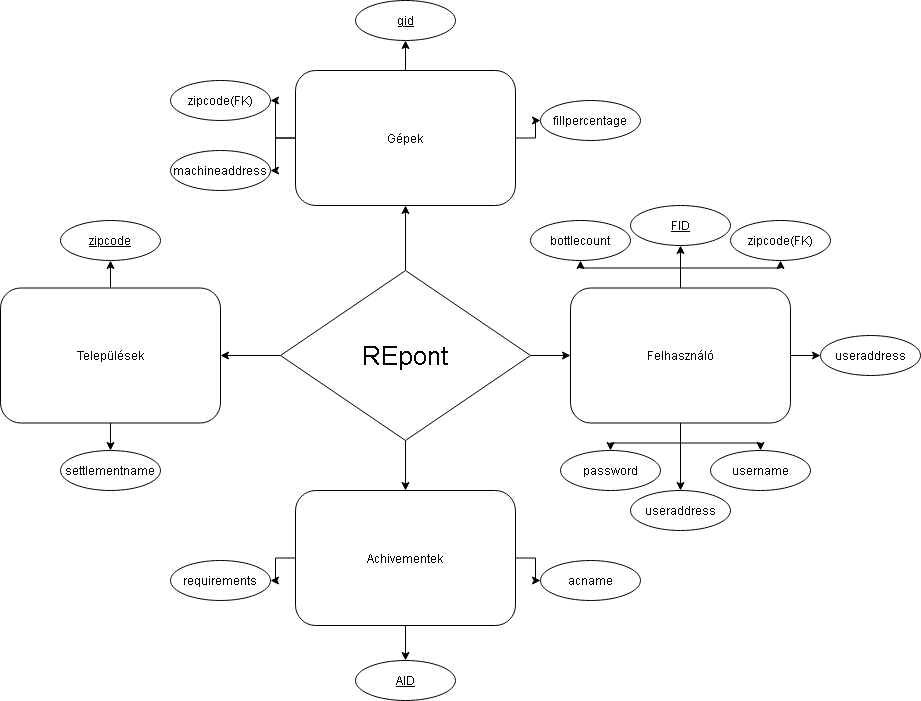
The draw.io diagram Documentation/ER DIAGRAM.png in kristonflorian/Csoportos-feladat, before a commit. Source tidied: cells renumbered, new cells last; positions are measured from the earlier drawing's top-left corner, leaving out a move shared by most shapes.
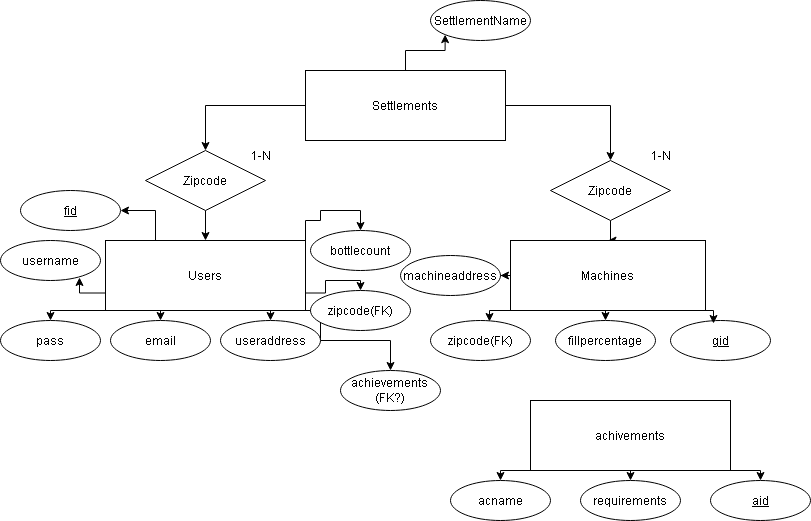
The same file after the commit.

Commit message:
added extra unique requirement to email in laravel, added email to manual SQL file, updated ER diagram, and edited database part of dokumentation

Diff of the diagram source:
```diff
@@ -2,128 +2,164 @@
   <root>
     <mxCell id="0" />
     <mxCell id="1" parent="0" />
-    <mxCell id="2" style="edgeStyle=orthogonalEdgeStyle;rounded=0;jettySize=auto;html=1;" parent="1" edge="1" source="6" target="17">
-      <mxGeometry relative="1" as="geometry" />
-    </mxCell>
-    <mxCell id="3" style="edgeStyle=orthogonalEdgeStyle;rounded=0;jettySize=auto;html=1;" parent="1" edge="1" source="6" target="22">
-      <mxGeometry relative="1" as="geometry" />
-    </mxCell>
-    <mxCell id="4" style="edgeStyle=orthogonalEdgeStyle;rounded=0;jettySize=auto;html=1;" parent="1" edge="1" source="6" target="9">
-      <mxGeometry relative="1" as="geometry" />
-    </mxCell>
-    <mxCell id="5" style="edgeStyle=orthogonalEdgeStyle;rounded=0;jettySize=auto;html=1;" parent="1" edge="1" source="6" target="26">
-      <mxGeometry relative="1" as="geometry" />
-    </mxCell>
-    <mxCell id="6" value="&lt;font style=&quot;font-size: 26px;&quot;&gt;REpont&lt;/font&gt;" style="rhombus;whiteSpace=wrap;html=1;" parent="1" vertex="1">
-      <mxGeometry x="280" y="270" width="250" height="170" as="geometry" />
-    </mxCell>
-    <mxCell id="7" style="edgeStyle=orthogonalEdgeStyle;rounded=0;jettySize=auto;html=1;" parent="1" edge="1" source="9" target="37">
-      <mxGeometry relative="1" as="geometry" />
-    </mxCell>
-    <mxCell id="8" style="edgeStyle=orthogonalEdgeStyle;rounded=0;jettySize=auto;html=1;" parent="1" edge="1" source="9" target="38">
-      <mxGeometry relative="1" as="geometry" />
-    </mxCell>
-    <mxCell id="9" value="Települések" style="rounded=1;whiteSpace=wrap;html=1;" parent="1" vertex="1">
-      <mxGeometry y="287.5" width="220" height="135" as="geometry" />
-    </mxCell>
-    <mxCell id="10" style="edgeStyle=orthogonalEdgeStyle;rounded=0;jettySize=auto;html=1;" parent="1" edge="1" source="17" target="27">
-      <mxGeometry relative="1" as="geometry" />
-    </mxCell>
-    <mxCell id="11" style="edgeStyle=orthogonalEdgeStyle;rounded=0;jettySize=auto;html=1;" parent="1" edge="1" source="17" target="28">
-      <mxGeometry relative="1" as="geometry" />
-    </mxCell>
-    <mxCell id="12" style="edgeStyle=orthogonalEdgeStyle;rounded=0;jettySize=auto;html=1;" parent="1" edge="1" source="17" target="29">
-      <mxGeometry relative="1" as="geometry" />
-    </mxCell>
-    <mxCell id="13" style="edgeStyle=orthogonalEdgeStyle;rounded=0;jettySize=auto;html=1;" parent="1" edge="1" source="17" target="30">
-      <mxGeometry relative="1" as="geometry" />
-    </mxCell>
-    <mxCell id="14" style="edgeStyle=orthogonalEdgeStyle;rounded=0;jettySize=auto;html=1;" parent="1" edge="1" source="17" target="31">
-      <mxGeometry relative="1" as="geometry" />
-    </mxCell>
-    <mxCell id="15" style="edgeStyle=orthogonalEdgeStyle;rounded=0;jettySize=auto;html=1;" parent="1" edge="1" source="17" target="32">
-      <mxGeometry relative="1" as="geometry" />
-    </mxCell>
-    <mxCell id="16" style="edgeStyle=orthogonalEdgeStyle;rounded=0;jettySize=auto;html=1;" parent="1" edge="1" source="17" target="33">
-      <mxGeometry relative="1" as="geometry" />
-    </mxCell>
-    <mxCell id="17" value="Felhasználó" style="rounded=1;whiteSpace=wrap;html=1;" parent="1" vertex="1">
-      <mxGeometry x="570" y="287.5" width="220" height="135" as="geometry" />
-    </mxCell>
-    <mxCell id="18" style="edgeStyle=orthogonalEdgeStyle;rounded=0;jettySize=auto;html=1;" parent="1" edge="1" source="22" target="39">
-      <mxGeometry relative="1" as="geometry" />
-    </mxCell>
-    <mxCell id="19" style="edgeStyle=orthogonalEdgeStyle;rounded=0;jettySize=auto;html=1;" parent="1" edge="1" source="22" target="40">
-      <mxGeometry relative="1" as="geometry" />
-    </mxCell>
-    <mxCell id="20" style="edgeStyle=orthogonalEdgeStyle;rounded=0;jettySize=auto;html=1;" parent="1" edge="1" source="22" target="41">
-      <mxGeometry relative="1" as="geometry" />
-    </mxCell>
-    <mxCell id="21" style="edgeStyle=orthogonalEdgeStyle;rounded=0;jettySize=auto;html=1;" parent="1" edge="1" source="22" target="42">
-      <mxGeometry relative="1" as="geometry" />
-    </mxCell>
-    <mxCell id="22" value="Gépek" style="rounded=1;whiteSpace=wrap;html=1;" parent="1" vertex="1">
-      <mxGeometry x="295" y="70" width="220" height="135" as="geometry" />
-    </mxCell>
-    <mxCell id="23" style="edgeStyle=orthogonalEdgeStyle;rounded=0;jettySize=auto;html=1;" parent="1" edge="1" source="26" target="34">
-      <mxGeometry relative="1" as="geometry" />
-    </mxCell>
-    <mxCell id="24" style="edgeStyle=orthogonalEdgeStyle;rounded=0;jettySize=auto;html=1;" parent="1" edge="1" source="26" target="35">
-      <mxGeometry relative="1" as="geometry" />
-    </mxCell>
-    <mxCell id="25" style="edgeStyle=orthogonalEdgeStyle;rounded=0;jettySize=auto;html=1;" parent="1" edge="1" source="26" target="36">
-      <mxGeometry relative="1" as="geometry" />
-    </mxCell>
-    <mxCell id="26" value="Achivementek" style="rounded=1;whiteSpace=wrap;html=1;" parent="1" vertex="1">
-      <mxGeometry x="295" y="490" width="220" height="135" as="geometry" />
-    </mxCell>
-    <mxCell id="27" value="FID" style="ellipse;whiteSpace=wrap;html=1;align=center;fontStyle=4;" parent="1" vertex="1">
-      <mxGeometry x="630" y="205" width="100" height="40" as="geometry" />
-    </mxCell>
+    <mxCell id="43" style="edgeStyle=orthogonalEdgeStyle;rounded=0;jettySize=auto;html=1;entryX=0.5;entryY=0;entryDx=0;entryDy=0;" parent="1" edge="1" source="63" target="57">
+      <mxGeometry relative="1" as="geometry" />
+    </mxCell>
+    <mxCell id="44" style="edgeStyle=orthogonalEdgeStyle;rounded=0;jettySize=auto;html=1;" parent="1" edge="1" source="61" target="54">
+      <mxGeometry relative="1" as="geometry" />
+    </mxCell>
+    <mxCell id="45" style="edgeStyle=orthogonalEdgeStyle;rounded=0;jettySize=auto;html=1;entryX=0;entryY=1;entryDx=0;entryDy=0;" parent="1" edge="1" source="46" target="64">
+      <mxGeometry relative="1" as="geometry" />
+    </mxCell>
+    <mxCell id="46" value="Settlements" style="whiteSpace=wrap;html=1;align=center;" parent="1" vertex="1">
+      <mxGeometry x="305" y="130" width="200" height="70" as="geometry" />
+    </mxCell>
+    <mxCell id="47" style="edgeStyle=orthogonalEdgeStyle;rounded=0;jettySize=auto;html=1;exitX=0.25;exitY=0;exitDx=0;exitDy=0;entryX=1;entryY=0.5;entryDx=0;entryDy=0;" parent="1" edge="1" source="54" target="73">
+      <mxGeometry relative="1" as="geometry" />
+    </mxCell>
+    <mxCell id="48" style="edgeStyle=orthogonalEdgeStyle;rounded=0;jettySize=auto;html=1;exitX=0;exitY=1;exitDx=0;exitDy=0;entryX=0.5;entryY=0;entryDx=0;entryDy=0;" parent="1" edge="1" source="54" target="75">
+      <mxGeometry relative="1" as="geometry">
+        <Array as="points">
+          <mxPoint x="50" y="370" />
+        </Array>
+      </mxGeometry>
+    </mxCell>
+    <mxCell id="49" style="edgeStyle=orthogonalEdgeStyle;rounded=0;jettySize=auto;html=1;exitX=0.25;exitY=1;exitDx=0;exitDy=0;entryX=0.5;entryY=0;entryDx=0;entryDy=0;" parent="1" edge="1" source="54" target="76">
+      <mxGeometry relative="1" as="geometry" />
+    </mxCell>
+    <mxCell id="50" style="edgeStyle=orthogonalEdgeStyle;rounded=0;jettySize=auto;html=1;exitX=0.75;exitY=1;exitDx=0;exitDy=0;entryX=0.5;entryY=0;entryDx=0;entryDy=0;" parent="1" edge="1" source="54" target="77">
+      <mxGeometry relative="1" as="geometry" />
+    </mxCell>
+    <mxCell id="51" style="edgeStyle=orthogonalEdgeStyle;rounded=0;jettySize=auto;html=1;exitX=1;exitY=0.75;exitDx=0;exitDy=0;entryX=0.5;entryY=0;entryDx=0;entryDy=0;" parent="1" edge="1" source="54" target="78">
+      <mxGeometry relative="1" as="geometry">
+        <Array as="points">
+          <mxPoint x="325" y="353" />
+          <mxPoint x="325" y="340" />
+          <mxPoint x="360" y="340" />
+        </Array>
+      </mxGeometry>
+    </mxCell>
+    <mxCell id="52" style="edgeStyle=orthogonalEdgeStyle;rounded=0;jettySize=auto;html=1;exitX=1;exitY=0;exitDx=0;exitDy=0;entryX=0.5;entryY=0;entryDx=0;entryDy=0;" parent="1" edge="1" source="54" target="32">
+      <mxGeometry relative="1" as="geometry">
+        <Array as="points">
+          <mxPoint x="305" y="280" />
+          <mxPoint x="320" y="280" />
+          <mxPoint x="320" y="270" />
+          <mxPoint x="360" y="270" />
+        </Array>
+      </mxGeometry>
+    </mxCell>
+    <mxCell id="53" style="edgeStyle=orthogonalEdgeStyle;rounded=0;jettySize=auto;html=1;exitX=1;exitY=1;exitDx=0;exitDy=0;" parent="1" edge="1" source="54" target="79">
+      <mxGeometry relative="1" as="geometry">
+        <Array as="points">
+          <mxPoint x="320" y="370" />
+          <mxPoint x="320" y="400" />
+          <mxPoint x="390" y="400" />
+        </Array>
+      </mxGeometry>
+    </mxCell>
+    <mxCell id="54" value="&lt;div&gt;Users&lt;/div&gt;" style="whiteSpace=wrap;html=1;align=center;" parent="1" vertex="1">
+      <mxGeometry x="105" y="300" width="200" height="70" as="geometry" />
+    </mxCell>
+    <mxCell id="55" style="edgeStyle=orthogonalEdgeStyle;rounded=0;jettySize=auto;html=1;exitX=0.5;exitY=1;exitDx=0;exitDy=0;" parent="1" edge="1" source="57">
+      <mxGeometry relative="1" as="geometry">
+        <mxPoint x="605" y="380" as="targetPoint" />
+      </mxGeometry>
+    </mxCell>
+    <mxCell id="56" style="edgeStyle=orthogonalEdgeStyle;rounded=0;jettySize=auto;html=1;exitX=0;exitY=0.5;exitDx=0;exitDy=0;" parent="1" edge="1" source="57" target="42">
+      <mxGeometry relative="1" as="geometry" />
+    </mxCell>
+    <mxCell id="57" value="&lt;div&gt;Machines&lt;/div&gt;" style="whiteSpace=wrap;html=1;align=center;" parent="1" vertex="1">
+      <mxGeometry x="510" y="300" width="195" height="70" as="geometry" />
+    </mxCell>
+    <mxCell id="58" value="&lt;div&gt;1-N&lt;/div&gt;" style="text;html=1;align=center;verticalAlign=middle;strokeColor=none;fillColor=none;" parent="1" vertex="1">
+      <mxGeometry x="240" y="200" width="40" height="30" as="geometry" />
+    </mxCell>
+    <mxCell id="59" value="1-N" style="text;html=1;align=center;verticalAlign=middle;strokeColor=none;fillColor=none;" parent="1" vertex="1">
+      <mxGeometry x="640" y="200" width="40" height="30" as="geometry" />
+    </mxCell>
+    <mxCell id="60" style="edgeStyle=orthogonalEdgeStyle;rounded=0;jettySize=auto;html=1;" parent="1" edge="1" source="46" target="61">
+      <mxGeometry relative="1" as="geometry" />
+    </mxCell>
+    <mxCell id="61" value="&lt;div&gt;Zipcode&lt;/div&gt;" style="shape=rhombus;perimeter=rhombusPerimeter;whiteSpace=wrap;html=1;align=center;" parent="1" vertex="1">
+      <mxGeometry x="145" y="210" width="120" height="60" as="geometry" />
+    </mxCell>
+    <mxCell id="62" style="edgeStyle=orthogonalEdgeStyle;rounded=0;jettySize=auto;html=1;entryX=0.5;entryY=0;entryDx=0;entryDy=0;" parent="1" edge="1" source="46" target="63">
+      <mxGeometry relative="1" as="geometry" />
+    </mxCell>
+    <mxCell id="63" value="Zipcode" style="shape=rhombus;perimeter=rhombusPerimeter;whiteSpace=wrap;html=1;align=center;" parent="1" vertex="1">
+      <mxGeometry x="550" y="220" width="120" height="60" as="geometry" />
+    </mxCell>
+    <mxCell id="64" value="SettlementName" style="ellipse;whiteSpace=wrap;html=1;align=center;" parent="1" vertex="1">
+      <mxGeometry x="430" y="60" width="100" height="40" as="geometry" />
+    </mxCell>
+    <mxCell id="39" value="&lt;u&gt;gid&lt;/u&gt;" style="ellipse;whiteSpace=wrap;html=1;align=center;" parent="1" vertex="1">
+      <mxGeometry x="670" y="380" width="100" height="40" as="geometry" />
+    </mxCell>
+    <mxCell id="65" style="edgeStyle=orthogonalEdgeStyle;rounded=0;jettySize=auto;html=1;exitX=1;exitY=1;exitDx=0;exitDy=0;entryX=0.43;entryY=0.075;entryDx=0;entryDy=0;entryPerimeter=0;" parent="1" edge="1" source="57" target="39">
+      <mxGeometry relative="1" as="geometry" />
+    </mxCell>
+    <mxCell id="66" style="edgeStyle=orthogonalEdgeStyle;rounded=0;jettySize=auto;html=1;exitX=0;exitY=1;exitDx=0;exitDy=0;entryX=0.59;entryY=0.025;entryDx=0;entryDy=0;entryPerimeter=0;" parent="1" edge="1" source="57">
+      <mxGeometry relative="1" as="geometry">
+        <mxPoint x="489" y="381" as="targetPoint" />
+      </mxGeometry>
+    </mxCell>
+    <mxCell id="41" value="fillpercentage" style="ellipse;whiteSpace=wrap;html=1;align=center;" parent="1" vertex="1">
+      <mxGeometry x="555" y="380" width="100" height="40" as="geometry" />
+    </mxCell>
+    <mxCell id="67" value="zipcode(FK)" style="ellipse;whiteSpace=wrap;html=1;align=center;" parent="1" vertex="1">
+      <mxGeometry x="430" y="380" width="100" height="40" as="geometry" />
+    </mxCell>
+    <mxCell id="42" value="machineaddress" style="ellipse;whiteSpace=wrap;html=1;align=center;" parent="1" vertex="1">
+      <mxGeometry x="400" y="315" width="100" height="40" as="geometry" />
+    </mxCell>
+    <mxCell id="68" style="edgeStyle=orthogonalEdgeStyle;rounded=0;jettySize=auto;html=1;exitX=0.5;exitY=1;exitDx=0;exitDy=0;entryX=0.5;entryY=0;entryDx=0;entryDy=0;" parent="1" edge="1" source="71" target="36">
+      <mxGeometry relative="1" as="geometry" />
+    </mxCell>
+    <mxCell id="69" style="edgeStyle=orthogonalEdgeStyle;rounded=0;jettySize=auto;html=1;exitX=0;exitY=1;exitDx=0;exitDy=0;entryX=0.5;entryY=0;entryDx=0;entryDy=0;" parent="1" edge="1" source="71" target="35">
+      <mxGeometry relative="1" as="geometry" />
+    </mxCell>
+    <mxCell id="70" style="edgeStyle=orthogonalEdgeStyle;rounded=0;jettySize=auto;html=1;exitX=1;exitY=1;exitDx=0;exitDy=0;entryX=0.5;entryY=0;entryDx=0;entryDy=0;" parent="1" edge="1" source="71" target="72">
+      <mxGeometry relative="1" as="geometry" />
+    </mxCell>
+    <mxCell id="71" value="achivements" style="whiteSpace=wrap;html=1;align=center;" parent="1" vertex="1">
+      <mxGeometry x="530" y="460" width="200" height="70" as="geometry" />
+    </mxCell>
+    <mxCell id="72" value="aid" style="ellipse;whiteSpace=wrap;html=1;align=center;fontStyle=4;" parent="1" vertex="1">
+      <mxGeometry x="710" y="540" width="100" height="40" as="geometry" />
+    </mxCell>
+    <mxCell id="36" value="requirements" style="ellipse;whiteSpace=wrap;html=1;align=center;" parent="1" vertex="1">
+      <mxGeometry x="580" y="540" width="100" height="40" as="geometry" />
+    </mxCell>
+    <mxCell id="35" value="acname" style="ellipse;whiteSpace=wrap;html=1;align=center;" parent="1" vertex="1">
+      <mxGeometry x="450" y="540" width="100" height="40" as="geometry" />
+    </mxCell>
+    <mxCell id="73" value="fid" style="ellipse;whiteSpace=wrap;html=1;align=center;fontStyle=4;" parent="1" vertex="1">
+      <mxGeometry x="20" y="250" width="100" height="40" as="geometry" />
+    </mxCell>
     <mxCell id="28" value="username" style="ellipse;whiteSpace=wrap;html=1;align=center;" parent="1" vertex="1">
-      <mxGeometry x="710" y="450" width="100" height="40" as="geometry" />
+      <mxGeometry y="300" width="100" height="40" as="geometry" />
     </mxCell>
-    <mxCell id="29" value="password" style="ellipse;whiteSpace=wrap;html=1;align=center;" parent="1" vertex="1">
-      <mxGeometry x="560" y="450" width="100" height="40" as="geometry" />
-    </mxCell>
-    <mxCell id="30" value="useraddress" style="ellipse;whiteSpace=wrap;html=1;align=center;" parent="1" vertex="1">
-      <mxGeometry x="630" y="490" width="100" height="40" as="geometry" />
-    </mxCell>
-    <mxCell id="31" value="zipcode(FK)" style="ellipse;whiteSpace=wrap;html=1;align=center;" parent="1" vertex="1">
-      <mxGeometry x="730" y="220" width="100" height="40" as="geometry" />
-    </mxCell>
+    <mxCell id="74" style="edgeStyle=orthogonalEdgeStyle;rounded=0;jettySize=auto;html=1;exitX=0;exitY=0.75;exitDx=0;exitDy=0;entryX=0.79;entryY=0.925;entryDx=0;entryDy=0;entryPerimeter=0;" parent="1" edge="1" source="54" target="28">
+      <mxGeometry relative="1" as="geometry" />
+    </mxCell>
+    <mxCell id="75" value="pass" style="ellipse;whiteSpace=wrap;html=1;align=center;" parent="1" vertex="1">
+      <mxGeometry y="380" width="100" height="40" as="geometry" />
+    </mxCell>
+    <mxCell id="76" value="email" style="ellipse;whiteSpace=wrap;html=1;align=center;" parent="1" vertex="1">
+      <mxGeometry x="110" y="380" width="100" height="40" as="geometry" />
+    </mxCell>
+    <mxCell id="77" value="useraddress" style="ellipse;whiteSpace=wrap;html=1;align=center;" parent="1" vertex="1">
+      <mxGeometry x="220" y="380" width="100" height="40" as="geometry" />
+    </mxCell>
+    <mxCell id="78" value="zipcode(FK)" style="ellipse;whiteSpace=wrap;html=1;align=center;" parent="1" vertex="1">
+      <mxGeometry x="310" y="350" width="100" height="40" as="geometry" />
+    </mxCell>
     <mxCell id="32" value="bottlecount" style="ellipse;whiteSpace=wrap;html=1;align=center;" parent="1" vertex="1">
-      <mxGeometry x="530" y="220" width="100" height="40" as="geometry" />
+      <mxGeometry x="310" y="290" width="100" height="40" as="geometry" />
     </mxCell>
-    <mxCell id="33" value="useraddress" style="ellipse;whiteSpace=wrap;html=1;align=center;" parent="1" vertex="1">
-      <mxGeometry x="820" y="335" width="100" height="40" as="geometry" />
-    </mxCell>
-    <mxCell id="34" value="AID" style="ellipse;whiteSpace=wrap;html=1;align=center;fontStyle=4;" parent="1" vertex="1">
-      <mxGeometry x="355" y="660" width="100" height="40" as="geometry" />
-    </mxCell>
-    <mxCell id="35" value="acname" style="ellipse;whiteSpace=wrap;html=1;align=center;" parent="1" vertex="1">
-      <mxGeometry x="540" y="560" width="100" height="40" as="geometry" />
-    </mxCell>
-    <mxCell id="36" value="requirements" style="ellipse;whiteSpace=wrap;html=1;align=center;" parent="1" vertex="1">
-      <mxGeometry x="170" y="560" width="100" height="40" as="geometry" />
-    </mxCell>
-    <mxCell id="37" value="zipcode" style="ellipse;whiteSpace=wrap;html=1;align=center;fontStyle=4;" parent="1" vertex="1">
-      <mxGeometry x="60" y="220" width="100" height="40" as="geometry" />
-    </mxCell>
-    <mxCell id="38" value="settlementname" style="ellipse;whiteSpace=wrap;html=1;align=center;" parent="1" vertex="1">
-      <mxGeometry x="60" y="450" width="100" height="40" as="geometry" />
-    </mxCell>
-    <mxCell id="39" value="gid" style="ellipse;whiteSpace=wrap;html=1;align=center;fontStyle=4;" parent="1" vertex="1">
-      <mxGeometry x="355" width="100" height="40" as="geometry" />
-    </mxCell>
-    <mxCell id="40" value="zipcode(FK)" style="ellipse;whiteSpace=wrap;html=1;align=center;" parent="1" vertex="1">
-      <mxGeometry x="170" y="80" width="100" height="40" as="geometry" />
-    </mxCell>
-    <mxCell id="41" value="fillpercentage" style="ellipse;whiteSpace=wrap;html=1;align=center;" parent="1" vertex="1">
-      <mxGeometry x="540" y="100" width="100" height="40" as="geometry" />
-    </mxCell>
-    <mxCell id="42" value="machineaddress" style="ellipse;whiteSpace=wrap;html=1;align=center;" parent="1" vertex="1">
-      <mxGeometry x="170" y="150" width="100" height="40" as="geometry" />
-    </mxCell>
+    <mxCell id="79" value="achievements&lt;br&gt;(FK?)" style="ellipse;whiteSpace=wrap;html=1;align=center;" parent="1" vertex="1">
+      <mxGeometry x="340" y="430" width="100" height="40" as="geometry" />
+    </mxCell>
   </root>
 </mxGraphModel>
```
